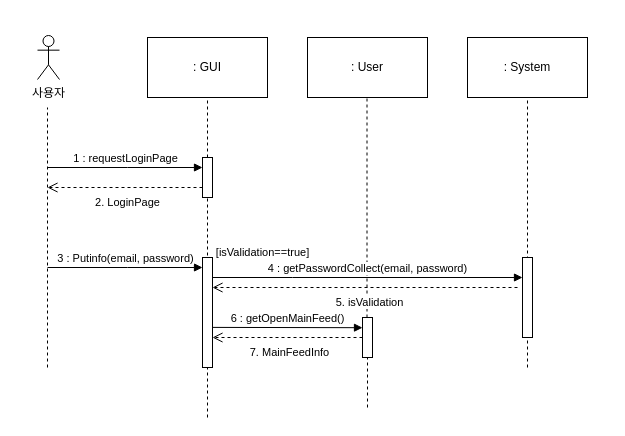
C0012S/SoBe-it keeps this draw.io diagram as page "로그인" (6 of 14) of KB 3기 2반 5조.drawio. Above is the earlier version. Source tidied: cells renumbered, new cells numbered last; positions are measured from the earlier drawing's top-left corner, leaving out a move shared by most shapes. Both pictures are drawn from the tidied source at 100%, with x=0, y=0 at pixel (37, 35).
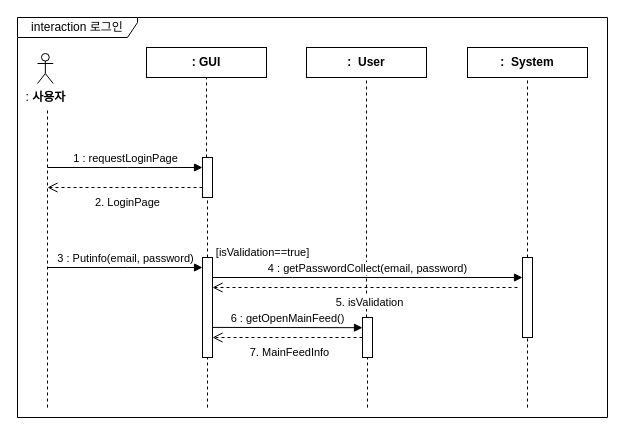
Above is the later version.

The change refers to these unchanged cells:
```xml
<mxCell id="13" style="html=1;points=[];perimeter=orthogonalPerimeter;outlineConnect=0;targetShapes=umlLifeline;portConstraint=eastwest;newEdgeStyle={&quot;edgeStyle&quot;:&quot;elbowEdgeStyle&quot;,&quot;elbow&quot;:&quot;vertical&quot;,&quot;curved&quot;:0,&quot;rounded&quot;:0};" parent="1" vertex="1">
  <mxGeometry x="165" y="122" width="10" height="40" as="geometry" />
</mxCell>
<mxCell id="21" style="html=1;points=[];perimeter=orthogonalPerimeter;outlineConnect=0;targetShapes=umlLifeline;portConstraint=eastwest;newEdgeStyle={&quot;edgeStyle&quot;:&quot;elbowEdgeStyle&quot;,&quot;elbow&quot;:&quot;vertical&quot;,&quot;curved&quot;:0,&quot;rounded&quot;:0};" parent="1" vertex="1">
  <mxGeometry x="325" y="282" width="10" height="40" as="geometry" />
</mxCell>
```

Change to the diagram source:
```diff
@@
-    <mxCell id="2" value="사용자" style="shape=umlActor;verticalLabelPosition=bottom;verticalAlign=top;html=1;" parent="1" vertex="1">
-      <mxGeometry width="22" height="44" as="geometry" />
-    </mxCell>
     <mxCell id="3" style="endArrow=none;dashed=1;html=1;rounded=0;" parent="1" edge="1">
       <mxGeometry relative="1" as="geometry">
-        <mxPoint x="10" y="332" as="sourcePoint" />
+        <mxPoint x="10" y="372" as="sourcePoint" />
         <mxPoint x="10" y="72" as="targetPoint" />
       </mxGeometry>
     </mxCell>
-    <mxCell id="4" value=": GUI" style="rounded=0;whiteSpace=wrap;html=1;" parent="1" vertex="1">
-      <mxGeometry x="110" y="2" width="120" height="60" as="geometry" />
-    </mxCell>
-    <mxCell id="5" value=": User" style="rounded=0;whiteSpace=wrap;html=1;" parent="1" vertex="1">
-      <mxGeometry x="270" y="2" width="120" height="60" as="geometry" />
-    </mxCell>
-    <mxCell id="6" value=": System" style="rounded=0;whiteSpace=wrap;html=1;" parent="1" vertex="1">
-      <mxGeometry x="430" y="2" width="120" height="60" as="geometry" />
-    </mxCell>
-    <mxCell id="7" style="endArrow=none;dashed=1;html=1;rounded=0;" parent="1" edge="1" source="13">
-      <mxGeometry relative="1" as="geometry">
-        <mxPoint x="170" y="62" as="targetPoint" />
-      </mxGeometry>
+    <mxCell id="7" style="endArrow=none;dashed=1;html=1;rounded=0;entryX=0.5;entryY=1;entryDx=0;entryDy=0;" parent="1" edge="1" source="13" target="4">
+      <mxGeometry relative="1" as="geometry" />
     </mxCell>
-    <mxCell id="8" style="endArrow=none;dashed=1;html=1;rounded=0;" parent="1" edge="1" source="21">
-      <mxGeometry relative="1" as="geometry">
-        <mxPoint x="329.5" y="62" as="targetPoint" />
-      </mxGeometry>
+    <mxCell id="8" style="endArrow=none;dashed=1;html=1;rounded=0;entryX=0.5;entryY=1;entryDx=0;entryDy=0;" parent="1" edge="1" source="21" target="5">
+      <mxGeometry relative="1" as="geometry" />
     </mxCell>
-    <mxCell id="9" style="endArrow=none;dashed=1;html=1;rounded=0;" parent="1" edge="1">
+    <mxCell id="9" style="endArrow=none;dashed=1;html=1;rounded=0;entryX=0.5;entryY=1;entryDx=0;entryDy=0;" parent="1" edge="1" target="6">
       <mxGeometry relative="1" as="geometry">
-        <mxPoint x="490" y="332" as="sourcePoint" />
-        <mxPoint x="490" y="62" as="targetPoint" />
+        <mxPoint x="490" y="372" as="sourcePoint" />
       </mxGeometry>
     </mxCell>
@@
     <mxCell id="12" style="endArrow=none;dashed=1;html=1;rounded=0;" parent="1" edge="1" target="13">
       <mxGeometry relative="1" as="geometry">
-        <mxPoint x="170" y="382" as="sourcePoint" />
+        <mxPoint x="170" y="372" as="sourcePoint" />
       </mxGeometry>
     </mxCell>
@@
     <mxCell id="15" style="html=1;points=[];perimeter=orthogonalPerimeter;outlineConnect=0;targetShapes=umlLifeline;portConstraint=eastwest;newEdgeStyle={&quot;edgeStyle&quot;:&quot;elbowEdgeStyle&quot;,&quot;elbow&quot;:&quot;vertical&quot;,&quot;curved&quot;:0,&quot;rounded&quot;:0};" parent="1" vertex="1">
-      <mxGeometry x="165" y="222" width="10" height="110" as="geometry" />
+      <mxGeometry x="165" y="222" width="10" height="100" as="geometry" />
     </mxCell>
@@
+    <mxCell id="24" value=": &lt;b&gt;사용자&lt;/b&gt;" style="shape=umlActor;verticalLabelPosition=bottom;verticalAlign=top;html=1;" parent="1" vertex="1">
+      <mxGeometry y="18" width="15.7" height="30" as="geometry" />
+    </mxCell>
+    <mxCell id="4" value="&lt;b&gt;: GUI&lt;/b&gt;" style="rounded=0;whiteSpace=wrap;html=1;" parent="1" vertex="1">
+      <mxGeometry x="109" y="12" width="120" height="30" as="geometry" />
+    </mxCell>
+    <mxCell id="5" value="&lt;b&gt;:&amp;nbsp; User&lt;/b&gt;" style="rounded=0;whiteSpace=wrap;html=1;" parent="1" vertex="1">
+      <mxGeometry x="269" y="12" width="120" height="30" as="geometry" />
+    </mxCell>
+    <mxCell id="6" value="&lt;b&gt;:&amp;nbsp; System&lt;/b&gt;" style="rounded=0;whiteSpace=wrap;html=1;" parent="1" vertex="1">
+      <mxGeometry x="430" y="12" width="120" height="30" as="geometry" />
+    </mxCell>
+    <mxCell id="25" value="interaction 로그인" style="shape=umlFrame;whiteSpace=wrap;html=1;width=120;height=20;" parent="1" vertex="1">
+      <mxGeometry x="-20" y="-18" width="590" height="400" as="geometry" />
+    </mxCell>
```
